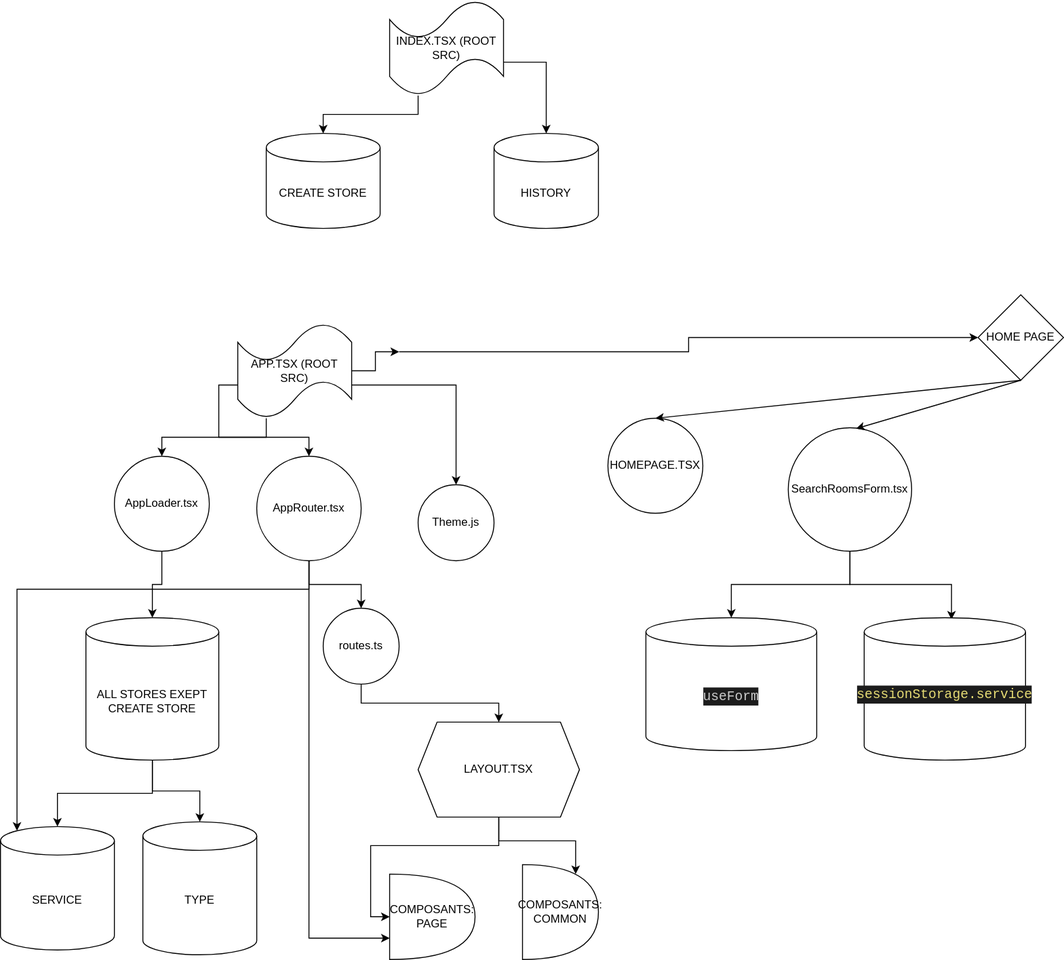
Earlier version of the draw.io export HOME PAGE FLOW.drawio.svg (sourisooo/BOOKING-PROJET-2). Source tidied: cells renumbered, new cells last; positions are measured from the earlier drawing's top-left corner, leaving out a move shared by most shapes.
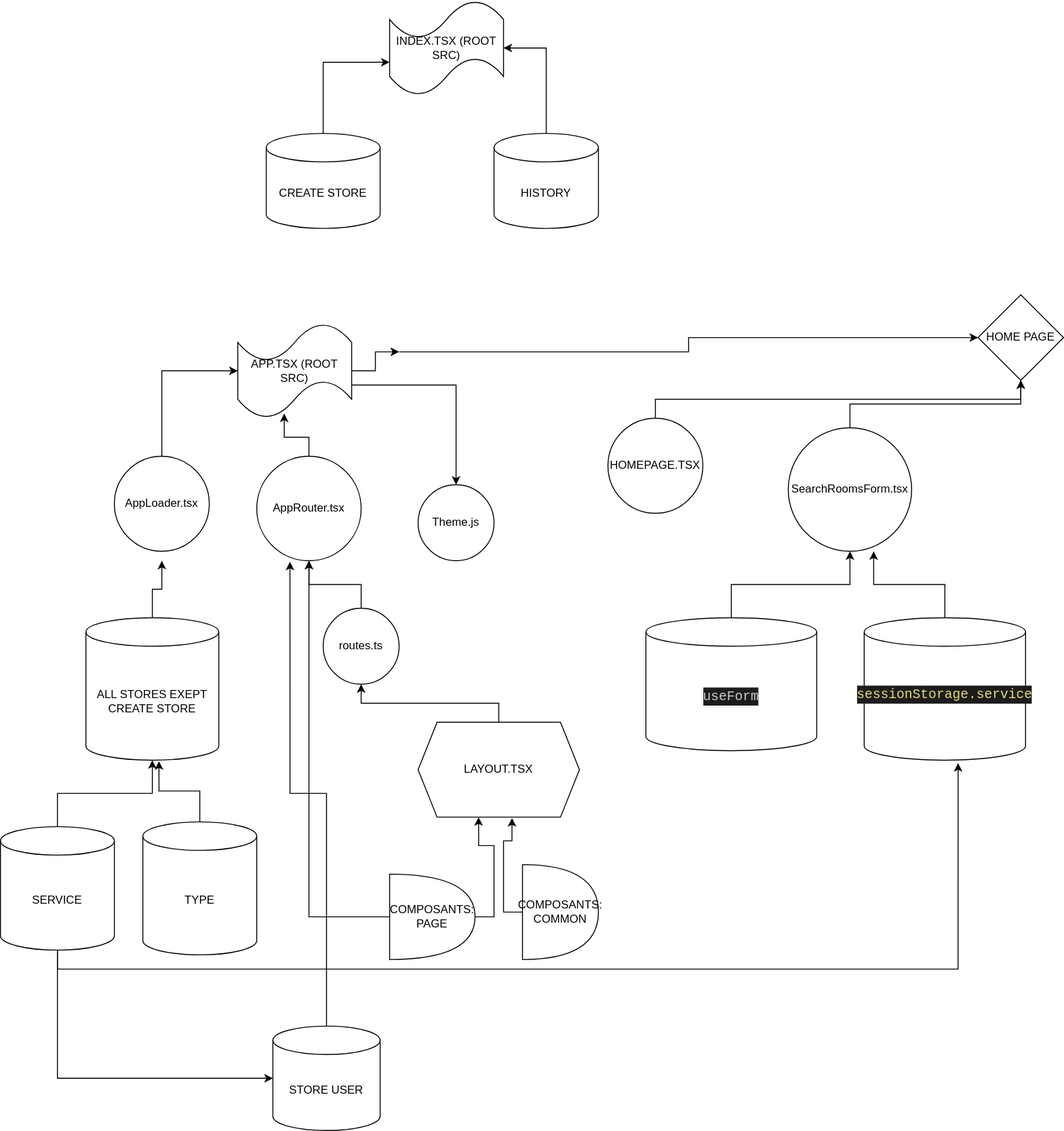
The same diagram one commit later.

Commit message:
Mettre à jour HOME PAGE FLOW.drawio.svg

Change to the diagram source:
```diff
@@ -5,27 +5,27 @@
     <mxCell id="2" value="HOME PAGE" style="rhombus;whiteSpace=wrap;html=1;" parent="1" vertex="1">
       <mxGeometry x="1030" y="310" width="90" height="90" as="geometry" />
     </mxCell>
+    <mxCell id="42" style="edgeStyle=orthogonalEdgeStyle;rounded=0;jettySize=auto;html=1;exitX=0.5;exitY=0;exitDx=0;exitDy=0;entryX=0.5;entryY=1;entryDx=0;entryDy=0;" parent="1" edge="1" source="3" target="2">
+      <mxGeometry relative="1" as="geometry" />
+    </mxCell>
     <mxCell id="3" value="HOMEPAGE.TSX" style="ellipse;whiteSpace=wrap;html=1;" parent="1" vertex="1">
       <mxGeometry x="640" y="440" width="100" height="100" as="geometry" />
     </mxCell>
-    <mxCell id="4" style="endArrow=classic;html=1;rounded=0;entryX=0.5;entryY=0;entryDx=0;entryDy=0;exitX=0.5;exitY=1;exitDx=0;exitDy=0;" parent="1" edge="1" source="2" target="3">
-      <mxGeometry relative="1" as="geometry" />
-    </mxCell>
-    <mxCell id="5" style="edgeStyle=orthogonalEdgeStyle;rounded=0;jettySize=auto;html=1;entryX=0.5;entryY=0;entryDx=0;entryDy=0;entryPerimeter=0;" parent="1" edge="1" source="7" target="9">
-      <mxGeometry relative="1" as="geometry" />
-    </mxCell>
-    <mxCell id="6" style="edgeStyle=orthogonalEdgeStyle;rounded=0;jettySize=auto;html=1;exitX=0.5;exitY=1;exitDx=0;exitDy=0;entryX=0.541;entryY=0.013;entryDx=0;entryDy=0;entryPerimeter=0;" parent="1" edge="1" source="7" target="10">
-      <mxGeometry relative="1" as="geometry" />
-    </mxCell>
+    <mxCell id="43" style="edgeStyle=orthogonalEdgeStyle;rounded=0;jettySize=auto;html=1;exitX=0.5;exitY=0;exitDx=0;exitDy=0;entryX=0.5;entryY=1;entryDx=0;entryDy=0;" parent="1" edge="1" source="7" target="2">
+      <mxGeometry relative="1" as="geometry" />
+    </mxCell>
     <mxCell id="7" value="SearchRoomsForm.tsx" style="ellipse;whiteSpace=wrap;html=1;" parent="1" vertex="1">
       <mxGeometry x="830" y="450" width="130" height="130" as="geometry" />
     </mxCell>
-    <mxCell id="8" style="endArrow=classic;html=1;rounded=0;entryX=0.55;entryY=0.007;entryDx=0;entryDy=0;entryPerimeter=0;exitX=0.5;exitY=1;exitDx=0;exitDy=0;" parent="1" edge="1" source="2" target="7">
-      <mxGeometry relative="1" as="geometry" />
-    </mxCell>
+    <mxCell id="44" style="edgeStyle=orthogonalEdgeStyle;rounded=0;jettySize=auto;html=1;exitX=0.5;exitY=0;exitDx=0;exitDy=0;exitPerimeter=0;entryX=0.5;entryY=1;entryDx=0;entryDy=0;" parent="1" edge="1" source="9" target="7">
+      <mxGeometry relative="1" as="geometry" />
+    </mxCell>
     <mxCell id="9" value="&lt;div style=&quot;color: rgb(204, 204, 204); background-color: rgb(28, 28, 28); font-family: Consolas, &amp;quot;Courier New&amp;quot;, monospace; font-size: 14px; line-height: 19px;&quot;&gt;useForm&lt;/div&gt;" style="shape=cylinder3;whiteSpace=wrap;html=1;boundedLbl=1;backgroundOutline=1;size=15;" parent="1" vertex="1">
       <mxGeometry x="680" y="650" width="180" height="140" as="geometry" />
     </mxCell>
+    <mxCell id="45" style="edgeStyle=orthogonalEdgeStyle;rounded=0;jettySize=auto;html=1;exitX=0.5;exitY=0;exitDx=0;exitDy=0;exitPerimeter=0;entryX=0.692;entryY=1;entryDx=0;entryDy=0;entryPerimeter=0;" parent="1" edge="1" source="10" target="7">
+      <mxGeometry relative="1" as="geometry" />
+    </mxCell>
     <mxCell id="10" value="&#10;&lt;div style=&quot;color: rgb(204, 204, 204); background-color: rgb(28, 28, 28); font-family: Consolas, &amp;quot;Courier New&amp;quot;, monospace; font-weight: normal; font-size: 14px; line-height: 19px;&quot;&gt;&lt;div&gt;&lt;span style=&quot;color: #e6db74;&quot;&gt;sessionStorage.service&lt;/span&gt;&lt;/div&gt;&lt;/div&gt;&#10;&#10;" style="shape=cylinder3;whiteSpace=wrap;html=1;boundedLbl=1;backgroundOutline=1;size=15;" parent="1" vertex="1">
       <mxGeometry x="910" y="650" width="170" height="150" as="geometry" />
     </mxCell>
@@ -39,68 +39,50 @@
         <mxPoint x="420" y="370" as="targetPoint" />
       </mxGeometry>
     </mxCell>
-    <mxCell id="13" style="edgeStyle=orthogonalEdgeStyle;rounded=0;jettySize=auto;html=1;exitX=0.25;exitY=1;exitDx=0;exitDy=0;exitPerimeter=0;entryX=0.5;entryY=0;entryDx=0;entryDy=0;" parent="1" edge="1" source="16" target="18">
-      <mxGeometry relative="1" as="geometry" />
-    </mxCell>
-    <mxCell id="14" style="edgeStyle=orthogonalEdgeStyle;rounded=0;jettySize=auto;html=1;exitX=0;exitY=0.65;exitDx=0;exitDy=0;exitPerimeter=0;entryX=0.5;entryY=0;entryDx=0;entryDy=0;" parent="1" edge="1" source="16" target="22">
-      <mxGeometry relative="1" as="geometry" />
-    </mxCell>
     <mxCell id="15" style="edgeStyle=orthogonalEdgeStyle;rounded=0;jettySize=auto;html=1;exitX=1;exitY=0.65;exitDx=0;exitDy=0;exitPerimeter=0;entryX=0.5;entryY=0;entryDx=0;entryDy=0;" parent="1" edge="1" source="16" target="34">
       <mxGeometry relative="1" as="geometry" />
     </mxCell>
     <mxCell id="16" value="APP.TSX (ROOT SRC)" style="shape=tape;whiteSpace=wrap;html=1;" parent="1" vertex="1">
       <mxGeometry x="250" y="340" width="120" height="100" as="geometry" />
     </mxCell>
-    <mxCell id="17" style="edgeStyle=orthogonalEdgeStyle;rounded=0;jettySize=auto;html=1;exitX=0.5;exitY=1;exitDx=0;exitDy=0;" parent="1" edge="1" source="18" target="25">
-      <mxGeometry relative="1" as="geometry" />
-    </mxCell>
+    <mxCell id="46" style="edgeStyle=orthogonalEdgeStyle;rounded=0;jettySize=auto;html=1;exitX=0.5;exitY=0;exitDx=0;exitDy=0;entryX=0;entryY=0.5;entryDx=0;entryDy=0;entryPerimeter=0;" parent="1" edge="1" source="18" target="16">
+      <mxGeometry relative="1" as="geometry" />
+    </mxCell>
     <mxCell id="18" value="AppLoader.tsx" style="ellipse;whiteSpace=wrap;html=1;" parent="1" vertex="1">
       <mxGeometry x="120" y="480" width="100" height="100" as="geometry" />
     </mxCell>
-    <mxCell id="19" style="edgeStyle=orthogonalEdgeStyle;rounded=0;jettySize=auto;html=1;exitX=0.5;exitY=1;exitDx=0;exitDy=0;entryX=0.5;entryY=0;entryDx=0;entryDy=0;" parent="1" edge="1" source="22" target="27">
-      <mxGeometry relative="1" as="geometry" />
-    </mxCell>
-    <mxCell id="20" style="edgeStyle=orthogonalEdgeStyle;rounded=0;jettySize=auto;html=1;exitX=0.5;exitY=1;exitDx=0;exitDy=0;entryX=0.145;entryY=0;entryDx=0;entryDy=4.35;entryPerimeter=0;" parent="1" edge="1" source="22" target="35">
-      <mxGeometry relative="1" as="geometry">
-        <Array as="points">
-          <mxPoint x="325" y="620" />
-          <mxPoint x="17" y="620" />
-        </Array>
-      </mxGeometry>
-    </mxCell>
-    <mxCell id="21" style="edgeStyle=orthogonalEdgeStyle;rounded=0;jettySize=auto;html=1;exitX=0.5;exitY=1;exitDx=0;exitDy=0;entryX=0;entryY=0.75;entryDx=0;entryDy=0;entryPerimeter=0;" parent="1" edge="1" source="22" target="40">
-      <mxGeometry relative="1" as="geometry" />
-    </mxCell>
+    <mxCell id="47" style="edgeStyle=orthogonalEdgeStyle;rounded=0;jettySize=auto;html=1;exitX=0.5;exitY=0;exitDx=0;exitDy=0;entryX=0.408;entryY=0.95;entryDx=0;entryDy=0;entryPerimeter=0;" parent="1" edge="1" source="22" target="16">
+      <mxGeometry relative="1" as="geometry" />
+    </mxCell>
     <mxCell id="22" value="AppRouter.tsx" style="ellipse;whiteSpace=wrap;html=1;" parent="1" vertex="1">
       <mxGeometry x="270" y="480" width="110" height="110" as="geometry" />
     </mxCell>
-    <mxCell id="23" style="edgeStyle=orthogonalEdgeStyle;rounded=0;jettySize=auto;html=1;exitX=0.5;exitY=1;exitDx=0;exitDy=0;exitPerimeter=0;entryX=0.5;entryY=0;entryDx=0;entryDy=0;entryPerimeter=0;" parent="1" edge="1" source="25" target="35">
-      <mxGeometry relative="1" as="geometry" />
-    </mxCell>
-    <mxCell id="24" style="edgeStyle=orthogonalEdgeStyle;rounded=0;jettySize=auto;html=1;exitX=0.5;exitY=1;exitDx=0;exitDy=0;exitPerimeter=0;" parent="1" edge="1" source="25" target="36">
-      <mxGeometry relative="1" as="geometry" />
-    </mxCell>
+    <mxCell id="48" style="edgeStyle=orthogonalEdgeStyle;rounded=0;jettySize=auto;html=1;exitX=0.5;exitY=0;exitDx=0;exitDy=0;exitPerimeter=0;" parent="1" edge="1" source="25">
+      <mxGeometry relative="1" as="geometry">
+        <mxPoint x="170" y="590" as="targetPoint" />
+      </mxGeometry>
+    </mxCell>
     <mxCell id="25" value="ALL STORES EXEPT CREATE STORE" style="shape=cylinder3;whiteSpace=wrap;html=1;boundedLbl=1;backgroundOutline=1;size=15;" parent="1" vertex="1">
       <mxGeometry x="90" y="650" width="140" height="150" as="geometry" />
     </mxCell>
-    <mxCell id="26" style="edgeStyle=orthogonalEdgeStyle;rounded=0;jettySize=auto;html=1;exitX=0.5;exitY=1;exitDx=0;exitDy=0;entryX=0.5;entryY=0;entryDx=0;entryDy=0;" parent="1" edge="1" source="27" target="39">
-      <mxGeometry relative="1" as="geometry" />
-    </mxCell>
+    <mxCell id="49" style="edgeStyle=orthogonalEdgeStyle;rounded=0;jettySize=auto;html=1;entryX=0.5;entryY=1;entryDx=0;entryDy=0;" parent="1" edge="1" source="27" target="22">
+      <mxGeometry relative="1" as="geometry" />
+    </mxCell>
     <mxCell id="27" value="routes.ts" style="ellipse;whiteSpace=wrap;html=1;" parent="1" vertex="1">
       <mxGeometry x="340" y="640" width="80" height="80" as="geometry" />
     </mxCell>
-    <mxCell id="28" style="edgeStyle=orthogonalEdgeStyle;rounded=0;jettySize=auto;html=1;exitX=0.25;exitY=1;exitDx=0;exitDy=0;exitPerimeter=0;entryX=0.5;entryY=0;entryDx=0;entryDy=0;entryPerimeter=0;" parent="1" edge="1" source="30" target="31">
-      <mxGeometry relative="1" as="geometry" />
-    </mxCell>
-    <mxCell id="29" style="edgeStyle=orthogonalEdgeStyle;rounded=0;jettySize=auto;html=1;exitX=1;exitY=0.65;exitDx=0;exitDy=0;exitPerimeter=0;entryX=0.5;entryY=0;entryDx=0;entryDy=0;entryPerimeter=0;" parent="1" edge="1" source="30" target="32">
-      <mxGeometry relative="1" as="geometry" />
-    </mxCell>
     <mxCell id="30" value="INDEX.TSX (ROOT SRC)" style="shape=tape;whiteSpace=wrap;html=1;" parent="1" vertex="1">
       <mxGeometry x="410" width="120" height="100" as="geometry" />
     </mxCell>
+    <mxCell id="50" style="edgeStyle=orthogonalEdgeStyle;rounded=0;jettySize=auto;html=1;exitX=0.5;exitY=0;exitDx=0;exitDy=0;exitPerimeter=0;entryX=0;entryY=0.65;entryDx=0;entryDy=0;entryPerimeter=0;" parent="1" edge="1" source="31" target="30">
+      <mxGeometry relative="1" as="geometry" />
+    </mxCell>
     <mxCell id="31" value="CREATE STORE" style="shape=cylinder3;whiteSpace=wrap;html=1;boundedLbl=1;backgroundOutline=1;size=15;" parent="1" vertex="1">
       <mxGeometry x="280" y="140" width="120" height="100" as="geometry" />
     </mxCell>
+    <mxCell id="51" style="edgeStyle=orthogonalEdgeStyle;rounded=0;jettySize=auto;html=1;exitX=0.5;exitY=0;exitDx=0;exitDy=0;exitPerimeter=0;entryX=1;entryY=0.5;entryDx=0;entryDy=0;entryPerimeter=0;" parent="1" edge="1" source="32" target="30">
+      <mxGeometry relative="1" as="geometry" />
+    </mxCell>
     <mxCell id="32" value="HISTORY" style="shape=cylinder3;whiteSpace=wrap;html=1;boundedLbl=1;backgroundOutline=1;size=15;" parent="1" vertex="1">
       <mxGeometry x="520" y="140" width="110" height="100" as="geometry" />
     </mxCell>
@@ -110,26 +92,50 @@
     <mxCell id="34" value="Theme.js&lt;br&gt;" style="ellipse;whiteSpace=wrap;html=1;" parent="1" vertex="1">
       <mxGeometry x="440" y="510" width="80" height="80" as="geometry" />
     </mxCell>
+    <mxCell id="52" style="edgeStyle=orthogonalEdgeStyle;rounded=0;jettySize=auto;html=1;exitX=0.5;exitY=1;exitDx=0;exitDy=0;exitPerimeter=0;entryX=0.582;entryY=1.02;entryDx=0;entryDy=0;entryPerimeter=0;" parent="1" edge="1" source="35" target="10">
+      <mxGeometry relative="1" as="geometry" />
+    </mxCell>
+    <mxCell id="53" style="edgeStyle=orthogonalEdgeStyle;rounded=0;jettySize=auto;html=1;exitX=0.5;exitY=1;exitDx=0;exitDy=0;exitPerimeter=0;entryX=0;entryY=0.5;entryDx=0;entryDy=0;entryPerimeter=0;" parent="1" edge="1" source="35" target="61">
+      <mxGeometry relative="1" as="geometry" />
+    </mxCell>
+    <mxCell id="54" style="edgeStyle=orthogonalEdgeStyle;rounded=0;jettySize=auto;html=1;exitX=0.5;exitY=0;exitDx=0;exitDy=0;exitPerimeter=0;entryX=0.5;entryY=1;entryDx=0;entryDy=0;entryPerimeter=0;" parent="1" edge="1" source="35" target="25">
+      <mxGeometry relative="1" as="geometry" />
+    </mxCell>
     <mxCell id="35" value="SERVICE" style="shape=cylinder3;whiteSpace=wrap;html=1;boundedLbl=1;backgroundOutline=1;size=15;" parent="1" vertex="1">
       <mxGeometry y="870" width="120" height="130" as="geometry" />
     </mxCell>
+    <mxCell id="55" style="edgeStyle=orthogonalEdgeStyle;rounded=0;jettySize=auto;html=1;exitX=0.5;exitY=0;exitDx=0;exitDy=0;exitPerimeter=0;entryX=0.55;entryY=1.007;entryDx=0;entryDy=0;entryPerimeter=0;" parent="1" edge="1" source="36" target="25">
+      <mxGeometry relative="1" as="geometry" />
+    </mxCell>
     <mxCell id="36" value="TYPE" style="shape=cylinder3;whiteSpace=wrap;html=1;boundedLbl=1;backgroundOutline=1;size=15;" parent="1" vertex="1">
       <mxGeometry x="150" y="865" width="120" height="140" as="geometry" />
     </mxCell>
-    <mxCell id="37" style="edgeStyle=orthogonalEdgeStyle;rounded=0;jettySize=auto;html=1;exitX=0.5;exitY=1;exitDx=0;exitDy=0;entryX=0;entryY=0.5;entryDx=0;entryDy=0;entryPerimeter=0;" parent="1" edge="1" source="39" target="40">
-      <mxGeometry relative="1" as="geometry" />
-    </mxCell>
-    <mxCell id="38" style="edgeStyle=orthogonalEdgeStyle;rounded=0;jettySize=auto;html=1;exitX=0.5;exitY=1;exitDx=0;exitDy=0;entryX=0.7;entryY=0.1;entryDx=0;entryDy=0;entryPerimeter=0;" parent="1" edge="1" source="39" target="41">
-      <mxGeometry relative="1" as="geometry" />
-    </mxCell>
+    <mxCell id="56" style="edgeStyle=orthogonalEdgeStyle;rounded=0;jettySize=auto;html=1;exitX=0.5;exitY=0;exitDx=0;exitDy=0;entryX=0.5;entryY=1;entryDx=0;entryDy=0;" parent="1" edge="1" source="39" target="27">
+      <mxGeometry relative="1" as="geometry" />
+    </mxCell>
     <mxCell id="39" value="LAYOUT.TSX" style="shape=hexagon;perimeter=hexagonPerimeter2;whiteSpace=wrap;html=1;fixedSize=1;" parent="1" vertex="1">
       <mxGeometry x="440" y="760" width="170" height="100" as="geometry" />
     </mxCell>
+    <mxCell id="57" style="edgeStyle=orthogonalEdgeStyle;rounded=0;jettySize=auto;html=1;exitX=0;exitY=0.5;exitDx=0;exitDy=0;exitPerimeter=0;entryX=0.5;entryY=1;entryDx=0;entryDy=0;" parent="1" edge="1" source="40" target="22">
+      <mxGeometry relative="1" as="geometry" />
+    </mxCell>
+    <mxCell id="58" style="edgeStyle=orthogonalEdgeStyle;rounded=0;jettySize=auto;html=1;exitX=1;exitY=0.5;exitDx=0;exitDy=0;exitPerimeter=0;entryX=0.375;entryY=1;entryDx=0;entryDy=0;" parent="1" edge="1" source="40" target="39">
+      <mxGeometry relative="1" as="geometry" />
+    </mxCell>
     <mxCell id="40" value="COMPOSANTS:&lt;br&gt;PAGE" style="shape=or;whiteSpace=wrap;html=1;" parent="1" vertex="1">
       <mxGeometry x="410" y="920" width="90" height="90" as="geometry" />
     </mxCell>
+    <mxCell id="59" style="edgeStyle=orthogonalEdgeStyle;rounded=0;jettySize=auto;html=1;exitX=0;exitY=0.5;exitDx=0;exitDy=0;exitPerimeter=0;entryX=0.582;entryY=1.01;entryDx=0;entryDy=0;entryPerimeter=0;" parent="1" edge="1" source="41" target="39">
+      <mxGeometry relative="1" as="geometry" />
+    </mxCell>
     <mxCell id="41" value="COMPOSANTS:&lt;br&gt;COMMON" style="shape=or;whiteSpace=wrap;html=1;" parent="1" vertex="1">
       <mxGeometry x="550" y="910" width="80" height="100" as="geometry" />
     </mxCell>
+    <mxCell id="60" style="edgeStyle=orthogonalEdgeStyle;rounded=0;jettySize=auto;html=1;exitX=0.5;exitY=0;exitDx=0;exitDy=0;exitPerimeter=0;entryX=0.318;entryY=1.009;entryDx=0;entryDy=0;entryPerimeter=0;" parent="1" edge="1" source="61" target="22">
+      <mxGeometry relative="1" as="geometry" />
+    </mxCell>
+    <mxCell id="61" value="STORE USER" style="shape=cylinder3;whiteSpace=wrap;html=1;boundedLbl=1;backgroundOutline=1;size=15;" parent="1" vertex="1">
+      <mxGeometry x="287" y="1080" width="113" height="110" as="geometry" />
+    </mxCell>
   </root>
 </mxGraphModel>
```
